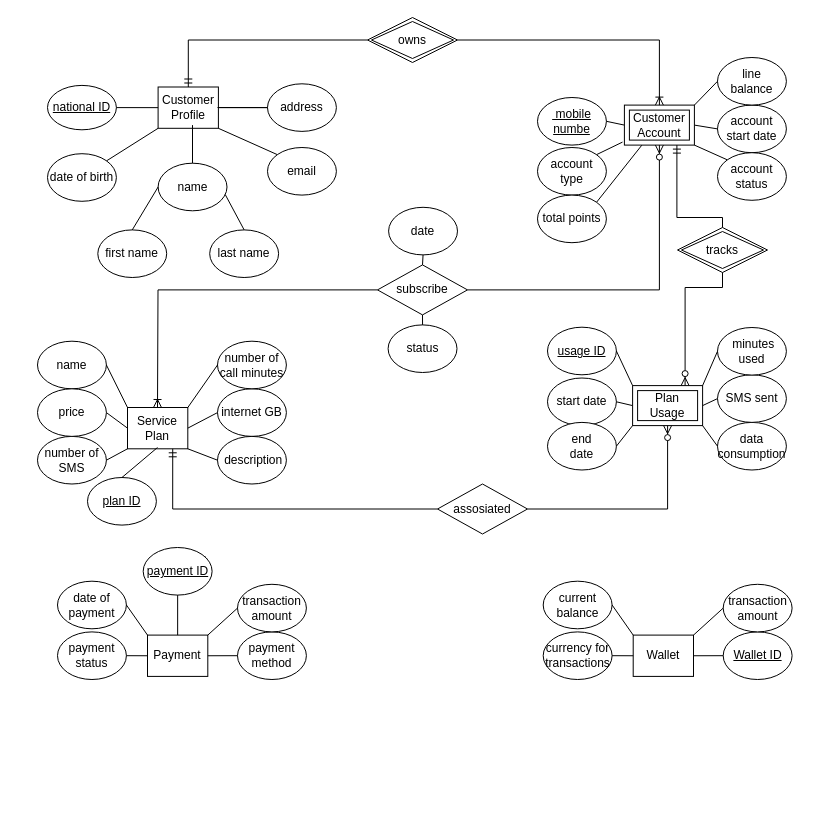
Earlier version of the draw.io diagram Untitled Diagram.drawio (Blaze-trio/Blaze-trio.github.io). Source tidied: cells renumbered, new cells numbered last; positions are measured from the earlier drawing's top-left corner, leaving out a move shared by most shapes. Both pictures are drawn from the tidied source at 100%, with x=0, y=0 at pixel (37, 17).
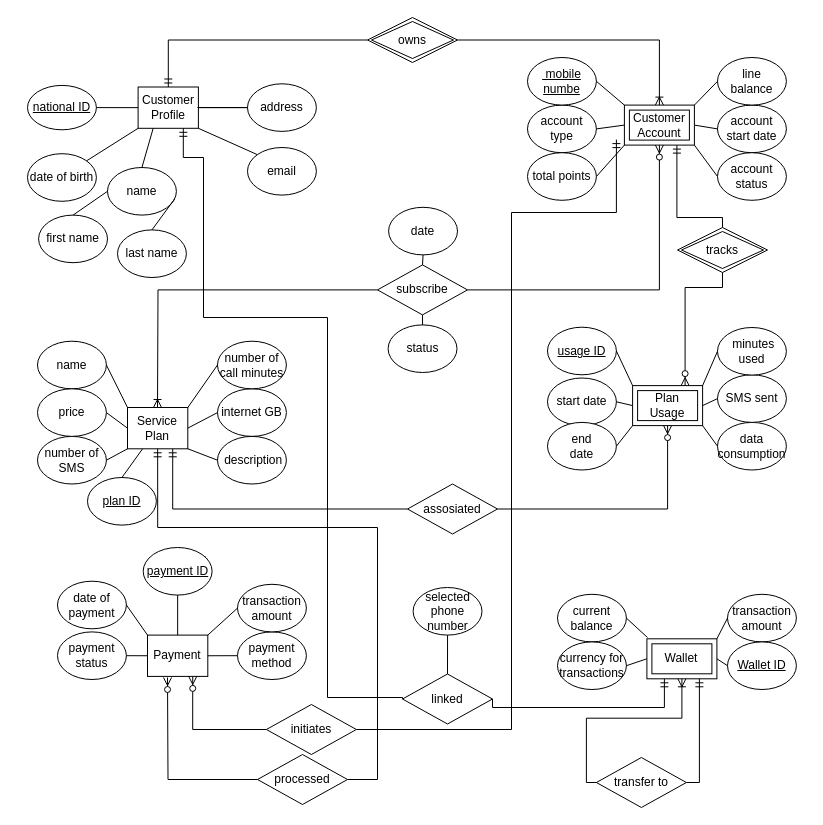
Above is the later version.

The change refers to these unchanged cells:
```xml
<mxCell id="4" value="Customer Profile" style="rounded=0;whiteSpace=wrap;html=1;" parent="3" vertex="1">
  <mxGeometry x="120.6" y="9.5" width="60.3" height="41.3" as="geometry" />
</mxCell>
<mxCell id="20" style="group;" parent="1" vertex="1">
  <mxGeometry x="500" y="80" width="248.9" height="145.2" as="geometry" />
</mxCell>
<mxCell id="24" value="account status" style="ellipse;whiteSpace=wrap;html=1;" parent="20" vertex="1">
  <mxGeometry x="180" y="55.2" width="68.9" height="47.6" as="geometry" />
</mxCell>
<mxCell id="31" value="Customer Account" style="shape=ext;margin=3;double=1;whiteSpace=wrap;html=1;align=center;" parent="20" vertex="1">
  <mxGeometry x="86.9" y="7.6" width="70" height="40" as="geometry" />
</mxCell>
<mxCell id="33" value="Service Plan" style="rounded=0;whiteSpace=wrap;html=1;" parent="32" vertex="1">
  <mxGeometry x="90" y="100" width="60.3" height="41.3" as="geometry" />
</mxCell>
<mxCell id="63" value="currency for&lt;br&gt;transactions" style="ellipse;whiteSpace=wrap;html=1;" parent="58" vertex="1">
  <mxGeometry y="84.4" width="68.9" height="47.6" as="geometry" />
</mxCell>
<mxCell id="69" value="Payment" style="rounded=0;whiteSpace=wrap;html=1;" parent="68" vertex="1">
  <mxGeometry x="90" y="87.6" width="60.3" height="41.3" as="geometry" />
</mxCell>
<mxCell id="83" value="&lt;u&gt;plan ID&lt;/u&gt;" style="ellipse;whiteSpace=wrap;html=1;" parent="1" vertex="1">
  <mxGeometry x="50" y="460" width="68.9" height="47.6" as="geometry" />
</mxCell>
```

Diff of the diagram source:
```diff
@@
     <mxCell id="3" style="group;" parent="1" vertex="1">
-      <mxGeometry y="60" width="318.9" height="200" as="geometry" />
+      <mxGeometry x="-20" y="60" width="318.9" height="200" as="geometry" />
     </mxCell>
@@
     <mxCell id="6" value="first name" style="ellipse;whiteSpace=wrap;html=1;" parent="3" vertex="1">
-      <mxGeometry x="60.3" y="152.4" width="68.9" height="47.6" as="geometry" />
+      <mxGeometry x="21.1" y="137.6" width="68.9" height="47.6" as="geometry" />
     </mxCell>
     <mxCell id="7" value="name" style="ellipse;whiteSpace=wrap;html=1;" parent="3" vertex="1">
-      <mxGeometry x="120.6" y="85.7" width="68.9" height="47.6" as="geometry" />
+      <mxGeometry x="90" y="90" width="68.9" height="47.6" as="geometry" />
     </mxCell>
     <mxCell id="8" value="last name" style="ellipse;whiteSpace=wrap;html=1;" parent="3" vertex="1">
-      <mxGeometry x="172.2" y="152.4" width="68.9" height="47.6" as="geometry" />
+      <mxGeometry x="100" y="152.4" width="68.9" height="47.6" as="geometry" />
     </mxCell>
-    <mxCell id="9" style="endArrow=none;html=1;rounded=0;" parent="3" edge="1">
-      <mxGeometry relative="1" as="geometry">
-        <mxPoint x="155" y="85.7" as="sourcePoint" />
-        <mxPoint x="155" y="47.6" as="targetPoint" />
-      </mxGeometry>
+    <mxCell id="9" style="endArrow=none;html=1;rounded=0;entryX=0.25;entryY=1;entryDx=0;entryDy=0;exitX=0.5;exitY=0;exitDx=0;exitDy=0;" parent="3" edge="1" source="7" target="4">
+      <mxGeometry relative="1" as="geometry" />
     </mxCell>
@@
-    <mxCell id="21" value="&lt;u&gt;&amp;nbsp;mobile numbe&lt;br&gt;&lt;/u&gt;" style="ellipse;whiteSpace=wrap;html=1;" parent="20" vertex="1">
-      <mxGeometry width="68.9" height="47.6" as="geometry" />
-    </mxCell>
     <mxCell id="22" value="account type" style="ellipse;whiteSpace=wrap;html=1;" parent="20" vertex="1">
-      <mxGeometry y="50" width="68.9" height="47.6" as="geometry" />
+      <mxGeometry x="-10" y="7.6" width="68.9" height="47.6" as="geometry" />
     </mxCell>
@@
     <mxCell id="25" value="total points" style="ellipse;whiteSpace=wrap;html=1;" parent="20" vertex="1">
-      <mxGeometry y="97.6" width="68.9" height="47.6" as="geometry" />
+      <mxGeometry x="-10" y="55.2" width="68.9" height="47.6" as="geometry" />
     </mxCell>
-    <mxCell id="26" style="endArrow=none;html=1;rounded=0;exitX=1;exitY=0.5;exitDx=0;exitDy=0;entryX=0;entryY=0.5;entryDx=0;entryDy=0;" parent="20" edge="1" source="21" target="31">
-      <mxGeometry relative="1" as="geometry" />
-    </mxCell>
-    <mxCell id="27" style="endArrow=none;html=1;rounded=0;exitX=1;exitY=0;exitDx=0;exitDy=0;" parent="20" edge="1" source="22">
-      <mxGeometry relative="1" as="geometry">
-        <mxPoint x="85" y="44.6" as="targetPoint" />
-      </mxGeometry>
+    <mxCell id="27" style="endArrow=none;html=1;rounded=0;exitX=1;exitY=0.5;exitDx=0;exitDy=0;entryX=0;entryY=0.5;entryDx=0;entryDy=0;" parent="20" edge="1" source="22" target="31">
+      <mxGeometry relative="1" as="geometry" />
     </mxCell>
@@
-    <mxCell id="29" style="endArrow=none;html=1;rounded=0;exitX=1;exitY=0;exitDx=0;exitDy=0;entryX=0.25;entryY=1;entryDx=0;entryDy=0;" parent="20" edge="1" source="25" target="31">
+    <mxCell id="29" style="endArrow=none;html=1;rounded=0;exitX=1;exitY=0.5;exitDx=0;exitDy=0;entryX=0;entryY=1;entryDx=0;entryDy=0;" parent="20" edge="1" source="25" target="31">
       <mxGeometry relative="1" as="geometry" />
     </mxCell>
-    <mxCell id="30" style="endArrow=none;html=1;rounded=0;entryX=1;entryY=1;entryDx=0;entryDy=0;exitX=0;exitY=0;exitDx=0;exitDy=0;" parent="20" edge="1" source="24" target="31">
+    <mxCell id="30" style="endArrow=none;html=1;rounded=0;entryX=1;entryY=1;entryDx=0;entryDy=0;exitX=0;exitY=0.5;exitDx=0;exitDy=0;" parent="20" edge="1" source="24" target="31">
       <mxGeometry relative="1" as="geometry" />
     </mxCell>
@@
     <mxCell id="58" style="group;" parent="1" vertex="1">
-      <mxGeometry x="505.7" y="530" width="248.9" height="176.5" as="geometry" />
+      <mxGeometry x="520" y="540" width="248.9" height="176.5" as="geometry" />
     </mxCell>
-    <mxCell id="59" value="Wallet" style="rounded=0;whiteSpace=wrap;html=1;" parent="58" vertex="1">
-      <mxGeometry x="90" y="87.6" width="60.3" height="41.3" as="geometry" />
-    </mxCell>
-    <mxCell id="60" value="&lt;u&gt;Wallet ID&lt;br&gt;&lt;/u&gt;" style="ellipse;whiteSpace=wrap;html=1;" parent="58" vertex="1">
-      <mxGeometry x="180" y="84.4" width="68.9" height="47.6" as="geometry" />
-    </mxCell>
     <mxCell id="61" value="transaction amount" style="ellipse;whiteSpace=wrap;html=1;" parent="58" vertex="1">
-      <mxGeometry x="180" y="36.8" width="68.9" height="47.6" as="geometry" />
+      <mxGeometry x="170" y="36.8" width="68.9" height="47.6" as="geometry" />
     </mxCell>
     <mxCell id="62" value="current balance" style="ellipse;whiteSpace=wrap;html=1;" parent="58" vertex="1">
-      <mxGeometry y="33.7" width="68.9" height="47.6" as="geometry" />
+      <mxGeometry y="36.8" width="68.9" height="47.6" as="geometry" />
     </mxCell>
@@
-    <mxCell id="65" style="endArrow=none;html=1;rounded=0;entryX=1;entryY=0.5;entryDx=0;entryDy=0;exitX=0;exitY=0;exitDx=0;exitDy=0;" parent="58" edge="1" source="59" target="62">
-      <mxGeometry relative="1" as="geometry" />
+    <mxCell id="65" style="endArrow=none;html=1;rounded=0;entryX=1;entryY=0.5;entryDx=0;entryDy=0;" parent="58" edge="1" target="62">
+      <mxGeometry relative="1" as="geometry">
+        <mxPoint x="90" y="80" as="sourcePoint" />
+      </mxGeometry>
     </mxCell>
+    <mxCell id="67" style="endArrow=none;html=1;rounded=0;entryX=1;entryY=0.5;entryDx=0;entryDy=0;exitX=0;exitY=0.5;exitDx=0;exitDy=0;" parent="58" edge="1" source="59" target="63">
+      <mxGeometry relative="1" as="geometry" />
+    </mxCell>
+    <mxCell id="59" value="&lt;div&gt;Wallet&lt;/div&gt;" style="shape=ext;margin=3;double=1;whiteSpace=wrap;html=1;align=center;" parent="58" vertex="1">
+      <mxGeometry x="89.4" y="81.3" width="70" height="40" as="geometry" />
+    </mxCell>
+    <mxCell id="60" value="&lt;u&gt;Wallet ID&lt;br&gt;&lt;/u&gt;" style="ellipse;whiteSpace=wrap;html=1;" parent="58" vertex="1">
+      <mxGeometry x="170" y="84.4" width="68.9" height="47.6" as="geometry" />
+    </mxCell>
-    <mxCell id="66" style="endArrow=none;html=1;rounded=0;entryX=1;entryY=0.5;entryDx=0;entryDy=0;exitX=0;exitY=0.5;exitDx=0;exitDy=0;" parent="58" edge="1" source="60" target="59">
+    <mxCell id="66" style="endArrow=none;html=1;rounded=0;exitX=0;exitY=0.5;exitDx=0;exitDy=0;entryX=1;entryY=0.5;entryDx=0;entryDy=0;" parent="58" edge="1" source="60" target="59">
       <mxGeometry relative="1" as="geometry" />
     </mxCell>
-    <mxCell id="67" style="endArrow=none;html=1;rounded=0;entryX=1;entryY=0.5;entryDx=0;entryDy=0;exitX=0;exitY=0.5;exitDx=0;exitDy=0;" parent="58" edge="1" source="59" target="63">
-      <mxGeometry relative="1" as="geometry" />
-    </mxCell>
@@
-    <mxCell id="84" style="endArrow=none;html=1;rounded=0;entryX=0.5;entryY=0;entryDx=0;entryDy=0;" parent="1" edge="1" target="83">
-      <mxGeometry relative="1" as="geometry">
-        <mxPoint x="120" y="430" as="sourcePoint" />
-      </mxGeometry>
+    <mxCell id="84" style="endArrow=none;html=1;rounded=0;entryX=0.5;entryY=0;entryDx=0;entryDy=0;exitX=0.25;exitY=1;exitDx=0;exitDy=0;" parent="1" edge="1" source="33" target="83">
+      <mxGeometry relative="1" as="geometry" />
     </mxCell>
@@
     <mxCell id="97" value="assosiated" style="shape=rhombus;perimeter=rhombusPerimeter;whiteSpace=wrap;html=1;align=center;" parent="1" vertex="1">
-      <mxGeometry x="400" y="466.5" width="90" height="50" as="geometry" />
+      <mxGeometry x="370" y="466.5" width="90" height="50" as="geometry" />
     </mxCell>
@@
+    <mxCell id="100" value="initiates " style="shape=rhombus;perimeter=rhombusPerimeter;whiteSpace=wrap;html=1;align=center;" parent="1" vertex="1">
+      <mxGeometry x="228.9" y="687" width="90" height="50" as="geometry" />
+    </mxCell>
+    <mxCell id="101" style="edgeStyle=orthogonalEdgeStyle;fontSize=12;html=1;endArrow=ERzeroToMany;endFill=1;rounded=0;entryX=0.75;entryY=1;entryDx=0;entryDy=0;exitX=0;exitY=0.5;exitDx=0;exitDy=0;" parent="1" edge="1" source="100" target="69">
+      <mxGeometry relative="1" as="geometry" />
+    </mxCell>
+    <mxCell id="102" style="edgeStyle=orthogonalEdgeStyle;fontSize=12;html=1;endArrow=ERmandOne;rounded=0;exitX=1;exitY=0.5;exitDx=0;exitDy=0;entryX=0.25;entryY=1;entryDx=0;entryDy=0;" parent="1" edge="1" source="100">
+      <mxGeometry relative="1" as="geometry">
+        <mxPoint x="578.9" y="122.1" as="targetPoint" />
+        <Array as="points">
+          <mxPoint x="474" y="712" />
+          <mxPoint x="474" y="195" />
+          <mxPoint x="579" y="195" />
+        </Array>
+      </mxGeometry>
+    </mxCell>
+    <mxCell id="21" value="&lt;u&gt;&amp;nbsp;mobile numbe&lt;br&gt;&lt;/u&gt;" style="ellipse;whiteSpace=wrap;html=1;" parent="1" vertex="1">
+      <mxGeometry x="490" y="40" width="68.9" height="47.6" as="geometry" />
+    </mxCell>
+    <mxCell id="26" style="endArrow=none;html=1;rounded=0;exitX=1;exitY=0.5;exitDx=0;exitDy=0;entryX=0;entryY=0;entryDx=0;entryDy=0;" parent="1" edge="1" source="21" target="31">
+      <mxGeometry relative="1" as="geometry" />
+    </mxCell>
+    <mxCell id="103" value="processed" style="shape=rhombus;perimeter=rhombusPerimeter;whiteSpace=wrap;html=1;align=center;" parent="1" vertex="1">
+      <mxGeometry x="220" y="737" width="90" height="50" as="geometry" />
+    </mxCell>
+    <mxCell id="104" style="edgeStyle=orthogonalEdgeStyle;fontSize=12;html=1;endArrow=ERzeroToMany;endFill=1;rounded=0;exitX=0;exitY=0.5;exitDx=0;exitDy=0;" parent="1" edge="1" source="103">
+      <mxGeometry relative="1" as="geometry">
+        <mxPoint x="130" y="660" as="targetPoint" />
+      </mxGeometry>
+    </mxCell>
+    <mxCell id="105" style="edgeStyle=orthogonalEdgeStyle;fontSize=12;html=1;endArrow=ERmandOne;rounded=0;exitX=1;exitY=0.5;exitDx=0;exitDy=0;entryX=0.5;entryY=1;entryDx=0;entryDy=0;" parent="1" edge="1" source="103" target="33">
+      <mxGeometry relative="1" as="geometry">
+        <Array as="points">
+          <mxPoint x="340" y="762" />
+          <mxPoint x="340" y="510" />
+          <mxPoint x="120" y="510" />
+        </Array>
+      </mxGeometry>
+    </mxCell>
+    <mxCell id="106" style="edgeStyle=orthogonalEdgeStyle;fontSize=12;html=1;endArrow=ERmandOne;rounded=0;entryX=0.75;entryY=1;entryDx=0;entryDy=0;exitX=0;exitY=0.5;exitDx=0;exitDy=0;" parent="1" edge="1" source="107" target="4">
+      <mxGeometry relative="1" as="geometry">
+        <Array as="points">
+          <mxPoint x="365" y="680" />
+          <mxPoint x="290" y="680" />
+          <mxPoint x="290" y="300" />
+          <mxPoint x="166" y="300" />
+          <mxPoint x="166" y="140" />
+          <mxPoint x="146" y="140" />
+        </Array>
+      </mxGeometry>
+    </mxCell>
+    <mxCell id="107" value="&lt;div&gt;linked&lt;/div&gt;" style="shape=rhombus;perimeter=rhombusPerimeter;whiteSpace=wrap;html=1;align=center;" parent="1" vertex="1">
+      <mxGeometry x="365" y="656.5" width="90" height="50" as="geometry" />
+    </mxCell>
+    <mxCell id="108" style="edgeStyle=orthogonalEdgeStyle;fontSize=12;html=1;endArrow=ERmandOne;rounded=0;exitX=1;exitY=0.5;exitDx=0;exitDy=0;entryX=0.25;entryY=1;entryDx=0;entryDy=0;" parent="1" edge="1" source="107" target="59">
+      <mxGeometry relative="1" as="geometry">
+        <Array as="points">
+          <mxPoint x="455" y="690" />
+          <mxPoint x="627" y="690" />
+        </Array>
+      </mxGeometry>
+    </mxCell>
+    <mxCell id="109" value="selected phone number" style="ellipse;whiteSpace=wrap;html=1;" parent="1" vertex="1">
+      <mxGeometry x="375.6" y="570" width="68.9" height="47.6" as="geometry" />
+    </mxCell>
+    <mxCell id="110" style="endArrow=none;html=1;rounded=0;exitX=0.5;exitY=1;exitDx=0;exitDy=0;entryX=0.5;entryY=0;entryDx=0;entryDy=0;" parent="1" edge="1" source="109" target="107">
+      <mxGeometry relative="1" as="geometry" />
+    </mxCell>
+    <mxCell id="111" style="edgeStyle=orthogonalEdgeStyle;fontSize=12;html=1;endArrow=ERmandOne;rounded=0;entryX=0.75;entryY=1;entryDx=0;entryDy=0;exitX=1;exitY=0.5;exitDx=0;exitDy=0;" parent="1" edge="1" source="112" target="59">
+      <mxGeometry relative="1" as="geometry" />
+    </mxCell>
+    <mxCell id="112" value="transfer to" style="shape=rhombus;perimeter=rhombusPerimeter;whiteSpace=wrap;html=1;align=center;" parent="1" vertex="1">
+      <mxGeometry x="558.9" y="740" width="90" height="50" as="geometry" />
+    </mxCell>
+    <mxCell id="113" style="edgeStyle=orthogonalEdgeStyle;fontSize=12;html=1;endArrow=ERoneToMany;rounded=0;exitX=0;exitY=0.5;exitDx=0;exitDy=0;entryX=0.5;entryY=1;entryDx=0;entryDy=0;" parent="1" edge="1" source="112" target="59">
+      <mxGeometry relative="1" as="geometry" />
+    </mxCell>
```
